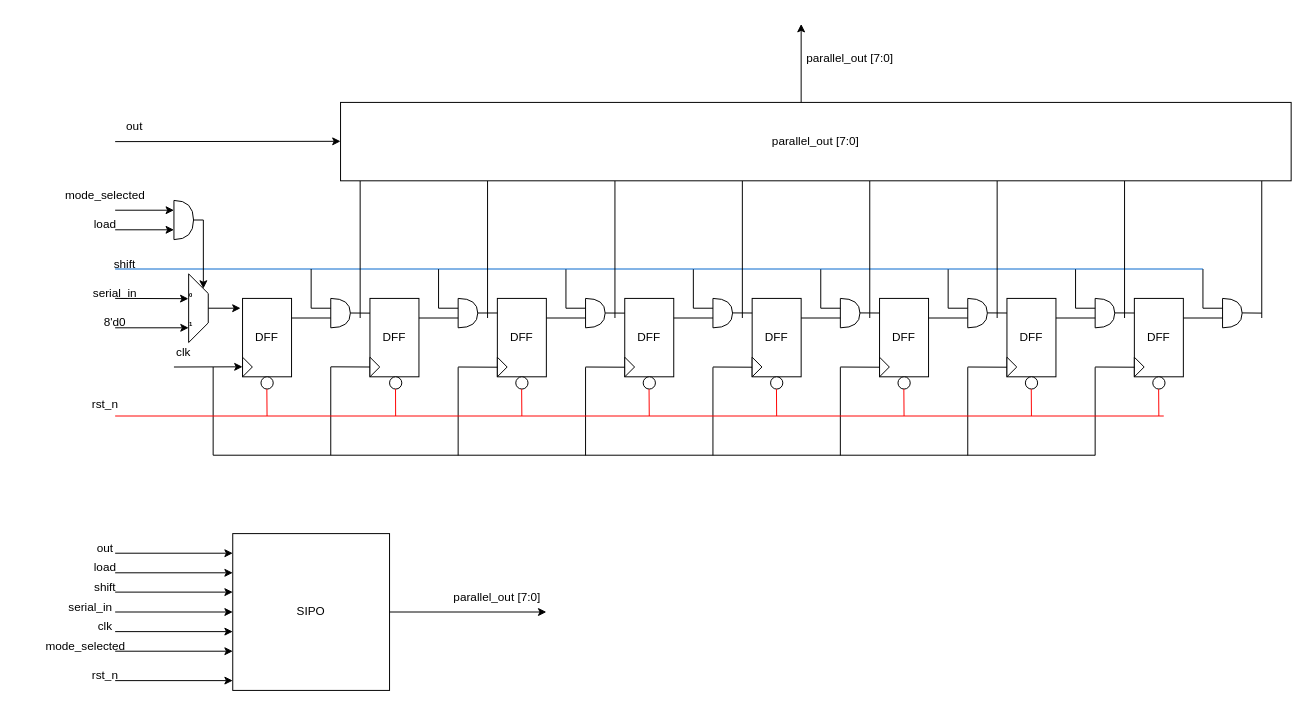
Above: page "SIPO" (4 of 4) of Untitled Diagram.drawio in 106210049/SIPO_PISO (draw.io), before the change. Source tidied: cells renumbered, new cells numbered last; positions are measured from the earlier drawing's top-left corner, leaving out a move shared by most shapes. Both pictures are drawn from the tidied source at 98%, with x=0, y=0 at pixel (56, 24).
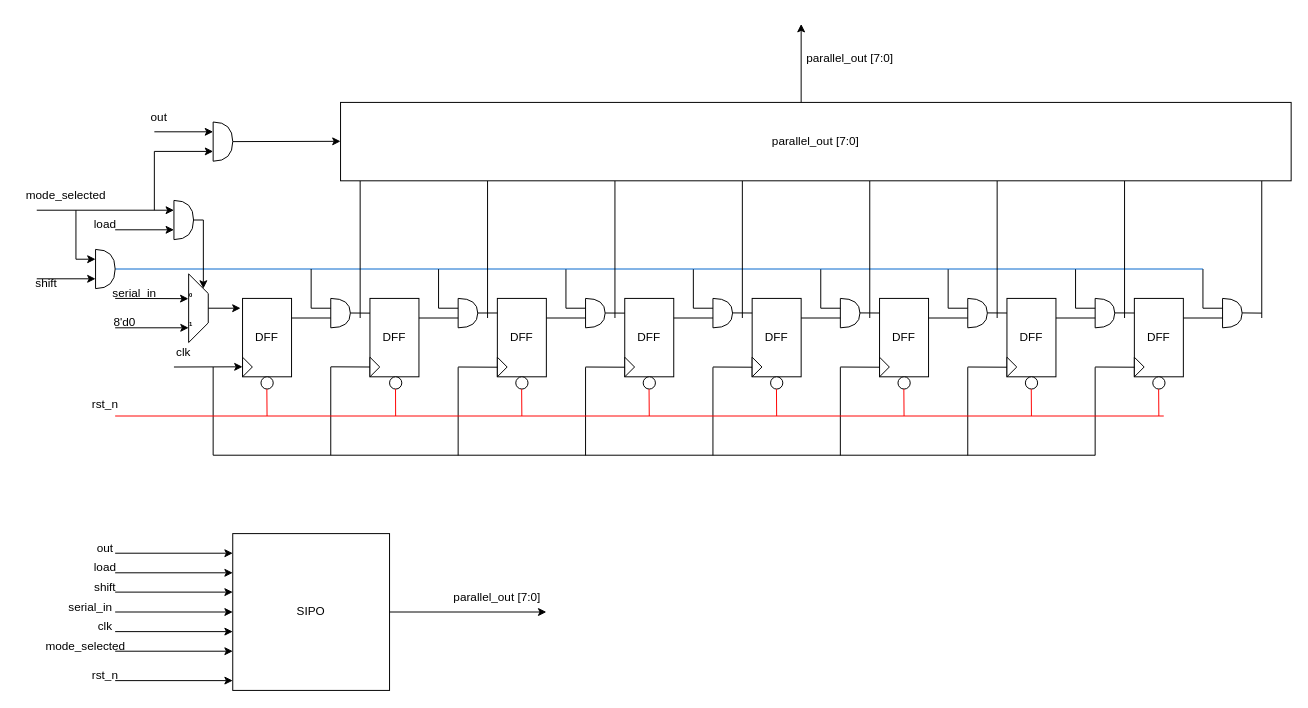
The same page after the edit.

What changed in the source:
```diff
@@
     <mxCell id="66" style="endArrow=classic;html=1;rounded=0;" parent="1" edge="1">
       <mxGeometry relative="1" as="geometry">
-        <mxPoint x="60" y="120" as="sourcePoint" />
+        <mxPoint x="180" y="120" as="sourcePoint" />
         <mxPoint x="290" y="119.7" as="targetPoint" />
       </mxGeometry>
     </mxCell>
     <mxCell id="67" value="out" style="text;strokeColor=none;align=center;fillColor=none;html=1;verticalAlign=middle;whiteSpace=wrap;rounded=0;" parent="1" vertex="1">
-      <mxGeometry x="50" y="90" width="60" height="30" as="geometry" />
+      <mxGeometry x="75" y="80" width="60" height="30" as="geometry" />
     </mxCell>
     <mxCell id="68" value="shift" style="text;strokeColor=none;align=center;fillColor=none;html=1;verticalAlign=middle;whiteSpace=wrap;rounded=0;" parent="1" vertex="1">
-      <mxGeometry x="40" y="230" width="60" height="30" as="geometry" />
+      <mxGeometry x="-40" y="250" width="60" height="30" as="geometry" />
     </mxCell>
@@
     <mxCell id="70" value="8'd0" style="text;strokeColor=none;align=center;fillColor=none;html=1;verticalAlign=middle;whiteSpace=wrap;rounded=0;" parent="1" vertex="1">
-      <mxGeometry x="30" y="290" width="60" height="30" as="geometry" />
+      <mxGeometry x="40" y="290" width="60" height="30" as="geometry" />
     </mxCell>
@@
     <mxCell id="103" value="mode_selected" style="text;strokeColor=none;align=center;fillColor=none;html=1;verticalAlign=middle;whiteSpace=wrap;rounded=0;" parent="1" vertex="1">
-      <mxGeometry x="20" y="160" width="60" height="30" as="geometry" />
+      <mxGeometry x="-20" y="160" width="60" height="30" as="geometry" />
     </mxCell>
@@
     <mxCell id="105" style="endArrow=classic;html=1;rounded=0;" parent="1" edge="1">
       <mxGeometry relative="1" as="geometry">
-        <mxPoint x="60" y="190" as="sourcePoint" />
+        <mxPoint x="-20" y="190" as="sourcePoint" />
         <mxPoint x="120" y="190" as="targetPoint" />
       </mxGeometry>
     </mxCell>
@@
     <mxCell id="108" value="serial_in" style="text;strokeColor=none;align=center;fillColor=none;html=1;verticalAlign=middle;whiteSpace=wrap;rounded=0;" parent="1" vertex="1">
-      <mxGeometry x="30" y="260" width="60" height="30" as="geometry" />
+      <mxGeometry x="50" y="260" width="60" height="30" as="geometry" />
     </mxCell>
@@
+    <mxCell id="147" style="shape=or;whiteSpace=wrap;html=1;" parent="1" vertex="1">
+      <mxGeometry x="160" y="100" width="20" height="40" as="geometry" />
+    </mxCell>
+    <mxCell id="148" style="shape=or;whiteSpace=wrap;html=1;" parent="1" vertex="1">
+      <mxGeometry x="40" y="230" width="20" height="40" as="geometry" />
+    </mxCell>
+    <mxCell id="149" style="endArrow=none;html=1;rounded=0;" parent="1" edge="1">
+      <mxGeometry relative="1" as="geometry">
+        <mxPoint x="100" y="190" as="sourcePoint" />
+        <mxPoint x="100" y="130" as="targetPoint" />
+      </mxGeometry>
+    </mxCell>
+    <mxCell id="150" style="endArrow=classic;html=1;rounded=0;entryX=0;entryY=0.75;entryDx=0;entryDy=0;entryPerimeter=0;" parent="1" edge="1" target="147">
+      <mxGeometry relative="1" as="geometry">
+        <mxPoint x="100" y="130" as="sourcePoint" />
+      </mxGeometry>
+    </mxCell>
+    <mxCell id="151" style="endArrow=classic;html=1;rounded=0;" parent="1" edge="1">
+      <mxGeometry relative="1" as="geometry">
+        <mxPoint x="100" y="110" as="sourcePoint" />
+        <mxPoint x="160" y="110" as="targetPoint" />
+      </mxGeometry>
+    </mxCell>
+    <mxCell id="152" style="endArrow=classic;html=1;rounded=0;" parent="1" edge="1">
+      <mxGeometry relative="1" as="geometry">
+        <mxPoint x="-20" y="260" as="sourcePoint" />
+        <mxPoint x="40" y="260" as="targetPoint" />
+      </mxGeometry>
+    </mxCell>
+    <mxCell id="153" style="endArrow=none;html=1;rounded=0;" parent="1" edge="1">
+      <mxGeometry relative="1" as="geometry">
+        <mxPoint x="20" y="240" as="sourcePoint" />
+        <mxPoint x="20" y="190" as="targetPoint" />
+      </mxGeometry>
+    </mxCell>
+    <mxCell id="154" style="endArrow=classic;html=1;rounded=0;entryX=0;entryY=0.25;entryDx=0;entryDy=0;entryPerimeter=0;" parent="1" edge="1" target="148">
+      <mxGeometry relative="1" as="geometry">
+        <mxPoint x="20" y="240" as="sourcePoint" />
+      </mxGeometry>
+    </mxCell>
```
